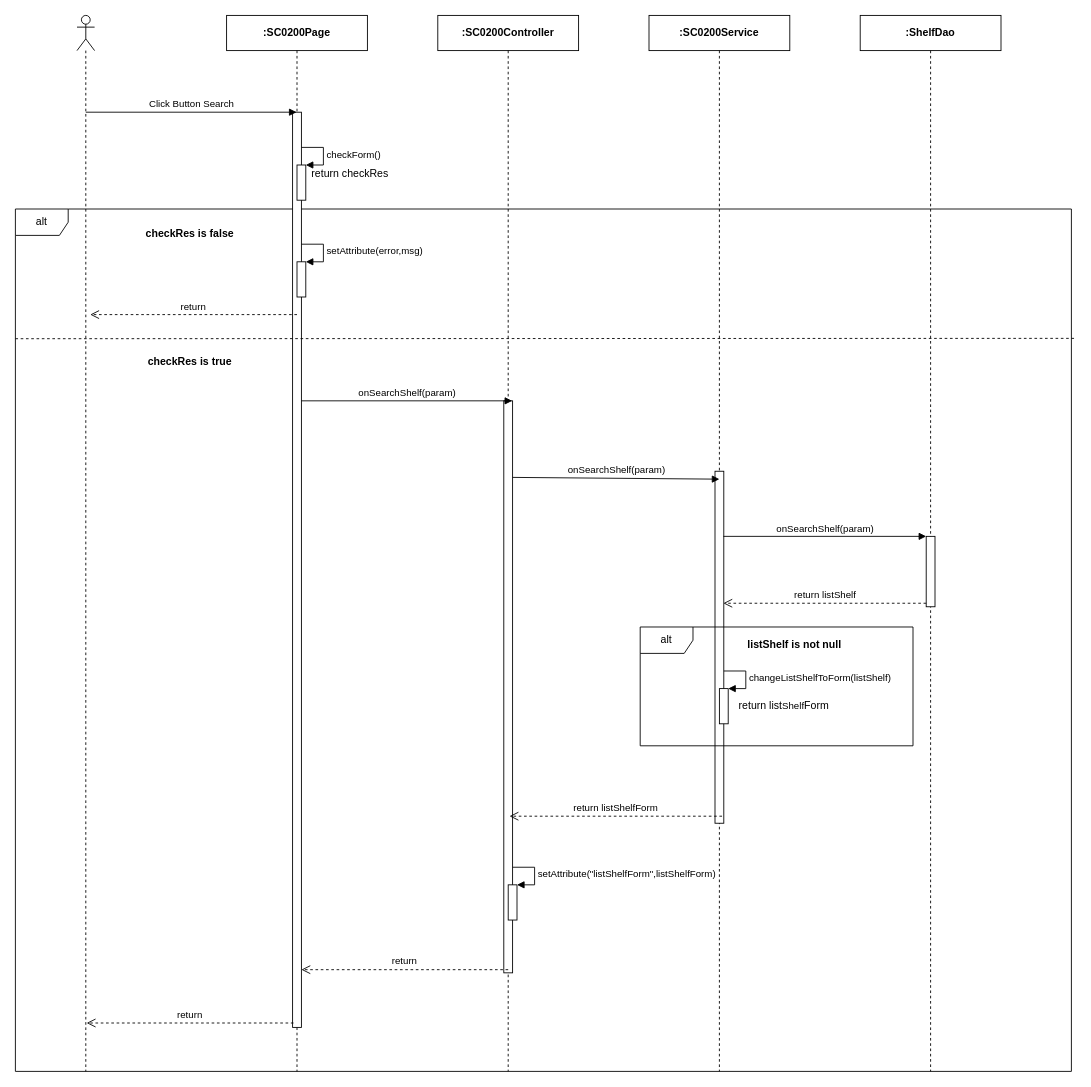
This is page "Ev02" (2 of 4) of Users/LuanNM/SEQ Diagram Review/sc02/SC0200_ShelfManage.drawio from luannmdev/CapstoneDocument, a draw.io file, before an edit. Source tidied: cells renumbered, new cells numbered last; positions are measured from the earlier drawing's top-left corner, leaving out a move shared by most shapes. Both pictures are drawn from the tidied source at 88%, with x=0, y=0 at pixel (15, 15).
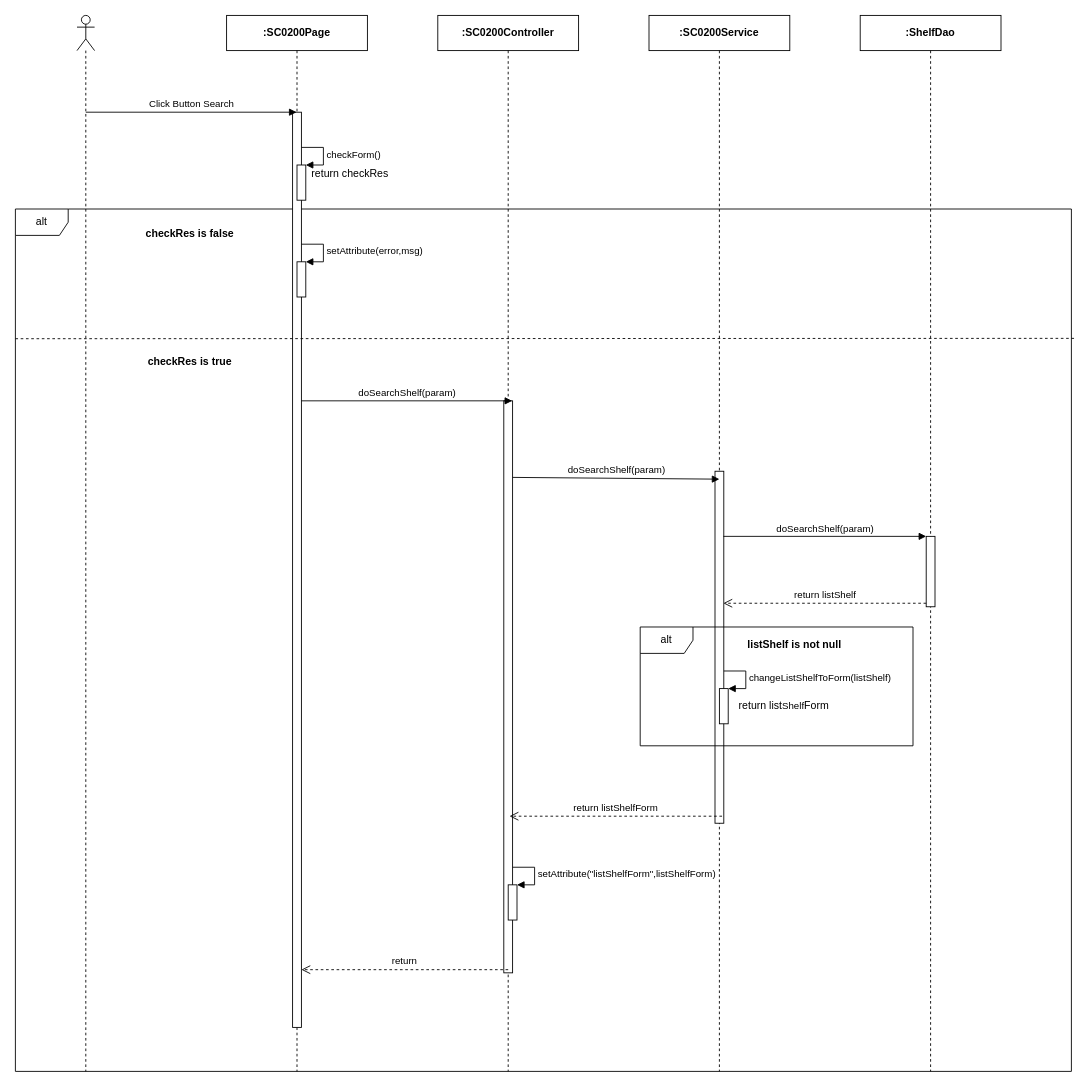
After the change.

Unchanged cells that the change refers to:
```xml
<mxCell id="7" style="html=1;points=[];perimeter=orthogonalPerimeter;" parent="6" vertex="1">
  <mxGeometry x="75" y="592" width="10" height="80" as="geometry" />
</mxCell>
```

Diff of the diagram source:
```diff
@@
-    <mxCell id="15" value="onSearch&lt;span style=&quot;text-align: left&quot;&gt;Shelf&lt;/span&gt;(param)" style="html=1;verticalAlign=bottom;endArrow=block;" parent="1" edge="1">
+    <mxCell id="15" value="doSearch&lt;span style=&quot;text-align: left&quot;&gt;Shelf&lt;/span&gt;(param)" style="html=1;verticalAlign=bottom;endArrow=block;" parent="1" edge="1">
       <mxGeometry relative="1" as="geometry">
         <mxPoint x="325" y="438" as="sourcePoint" />
         <mxPoint x="564.5" y="438" as="targetPoint" />
       </mxGeometry>
     </mxCell>
-    <mxCell id="16" value="onSearch&lt;span style=&quot;text-align: left&quot;&gt;Shelf&lt;/span&gt;(param)" style="html=1;verticalAlign=bottom;endArrow=block;" parent="1" edge="1">
+    <mxCell id="16" value="doSearch&lt;span style=&quot;text-align: left&quot;&gt;Shelf&lt;/span&gt;(param)" style="html=1;verticalAlign=bottom;endArrow=block;" parent="1" edge="1">
       <mxGeometry relative="1" as="geometry">
         <mxPoint x="565" y="525" as="sourcePoint" />
         <mxPoint x="800" y="527" as="targetPoint" />
       </mxGeometry>
     </mxCell>
@@
-    <mxCell id="19" value="return" style="html=1;verticalAlign=bottom;endArrow=open;dashed=1;endSize=8;" parent="1" edge="1">
-      <mxGeometry relative="1" as="geometry">
-        <mxPoint x="316" y="1145" as="sourcePoint" />
-        <mxPoint x="81" y="1145" as="targetPoint" />
-      </mxGeometry>
-    </mxCell>
-    <mxCell id="20" value="onSearch&lt;span style=&quot;text-align: left&quot;&gt;Shelf&lt;/span&gt;(param)" style="html=1;verticalAlign=bottom;endArrow=block;entryX=0;entryY=0;" parent="1" edge="1" target="7">
+    <mxCell id="20" value="doSearch&lt;span style=&quot;text-align: left&quot;&gt;Shelf&lt;/span&gt;(param)" style="html=1;verticalAlign=bottom;endArrow=block;entryX=0;entryY=0;" parent="1" edge="1" target="7">
       <mxGeometry relative="1" as="geometry">
         <mxPoint x="804.5" y="592" as="sourcePoint" />
       </mxGeometry>
     </mxCell>
@@
-    <mxCell id="33" value="return" style="html=1;verticalAlign=bottom;endArrow=open;dashed=1;endSize=8;" parent="1" edge="1">
-      <mxGeometry relative="1" as="geometry">
-        <mxPoint x="320" y="340" as="sourcePoint" />
-        <mxPoint x="85" y="340" as="targetPoint" />
-      </mxGeometry>
-    </mxCell>
```
